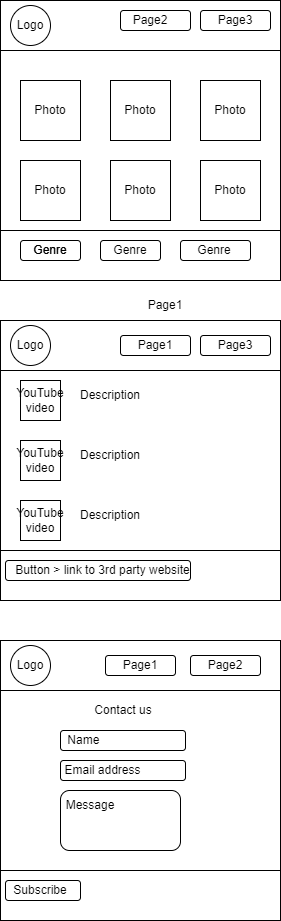
The draw.io diagram 201-Project-Prototype.drawio.png in Blendshe/201-Project-Photography-website, before a commit. Source tidied: cells renumbered, new cells last; positions are measured from the earlier drawing's top-left corner, leaving out a move shared by most shapes.
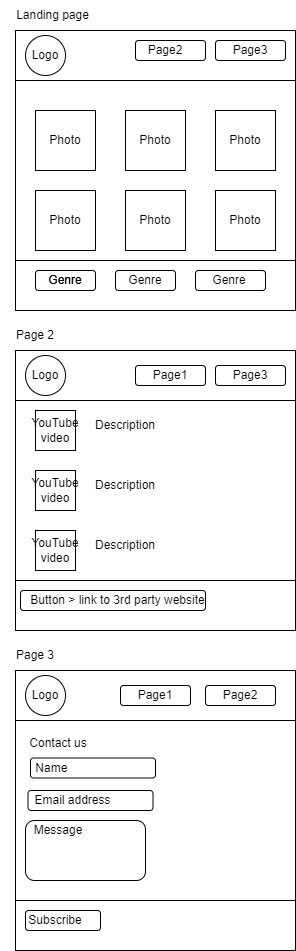
The same file after the commit.

The edit, as a diff of the source:
```diff
@@ -110,9 +110,6 @@
     <mxCell id="37" style="rounded=1;whiteSpace=wrap;html=1;" parent="1" vertex="1">
       <mxGeometry x="120" y="335" width="70" height="20" as="geometry" />
     </mxCell>
-    <mxCell id="38" value="Page1" style="text;html=1;strokeColor=none;fillColor=none;align=center;verticalAlign=middle;whiteSpace=wrap;rounded=0;" parent="1" vertex="1">
-      <mxGeometry x="135" y="290" width="60" height="30" as="geometry" />
-    </mxCell>
     <mxCell id="39" value="Page3" style="text;html=1;strokeColor=none;fillColor=none;align=center;verticalAlign=middle;whiteSpace=wrap;rounded=0;" parent="1" vertex="1">
       <mxGeometry x="205" y="330" width="60" height="30" as="geometry" />
     </mxCell>
@@ -180,31 +177,40 @@
       <mxGeometry x="195" y="650" width="60" height="30" as="geometry" />
     </mxCell>
     <mxCell id="61" style="rounded=1;whiteSpace=wrap;html=1;" parent="1" vertex="1">
-      <mxGeometry x="5" y="880" width="75" height="20" as="geometry" />
+      <mxGeometry x="10" y="880" width="75" height="20" as="geometry" />
     </mxCell>
     <mxCell id="62" value="Subscribe" style="text;html=1;strokeColor=none;fillColor=none;align=center;verticalAlign=middle;whiteSpace=wrap;rounded=0;" parent="1" vertex="1">
       <mxGeometry x="10" y="875" width="60" height="30" as="geometry" />
     </mxCell>
     <mxCell id="63" value="Contact us" style="text;html=1;strokeColor=none;fillColor=none;align=center;verticalAlign=middle;whiteSpace=wrap;rounded=0;" parent="1" vertex="1">
-      <mxGeometry x="92.5" y="700" width="60" height="20" as="geometry" />
+      <mxGeometry x="12.5" y="702.5" width="60" height="20" as="geometry" />
     </mxCell>
     <mxCell id="64" style="rounded=1;whiteSpace=wrap;html=1;" parent="1" vertex="1">
-      <mxGeometry x="60" y="730" width="125" height="20" as="geometry" />
+      <mxGeometry x="15" y="727.5" width="125" height="20" as="geometry" />
     </mxCell>
     <mxCell id="65" style="rounded=1;whiteSpace=wrap;html=1;" parent="1" vertex="1">
-      <mxGeometry x="60" y="760" width="125" height="20" as="geometry" />
+      <mxGeometry x="12.5" y="760" width="125" height="20" as="geometry" />
     </mxCell>
     <mxCell id="66" value="Name&amp;nbsp;" style="text;html=1;strokeColor=none;fillColor=none;align=center;verticalAlign=middle;whiteSpace=wrap;rounded=0;" parent="1" vertex="1">
-      <mxGeometry x="50" y="722.5" width="70" height="35" as="geometry" />
+      <mxGeometry x="2.5" y="720" width="70" height="35" as="geometry" />
     </mxCell>
     <mxCell id="67" value="Email address" style="text;html=1;strokeColor=none;fillColor=none;align=center;verticalAlign=middle;whiteSpace=wrap;rounded=0;" parent="1" vertex="1">
-      <mxGeometry x="45" y="755" width="115" height="30" as="geometry" />
+      <mxGeometry y="755" width="115" height="30" as="geometry" />
     </mxCell>
     <mxCell id="68" style="rounded=1;whiteSpace=wrap;html=1;" parent="1" vertex="1">
-      <mxGeometry x="60" y="790" width="120" height="60" as="geometry" />
+      <mxGeometry x="10" y="790" width="120" height="60" as="geometry" />
     </mxCell>
     <mxCell id="69" value="Message" style="text;html=1;strokeColor=none;fillColor=none;align=center;verticalAlign=middle;whiteSpace=wrap;rounded=0;" parent="1" vertex="1">
-      <mxGeometry x="60" y="790" width="60" height="30" as="geometry" />
+      <mxGeometry x="12.5" y="785" width="60" height="30" as="geometry" />
     </mxCell>
+    <mxCell id="70" value="Page 3" style="text;html=1;strokeColor=none;fillColor=none;align=center;verticalAlign=middle;whiteSpace=wrap;rounded=0;" parent="1" vertex="1">
+      <mxGeometry x="-10" y="610" width="60" height="30" as="geometry" />
+    </mxCell>
+    <mxCell id="71" value="Landing page" style="text;html=1;strokeColor=none;fillColor=none;align=center;verticalAlign=middle;whiteSpace=wrap;rounded=0;" parent="1" vertex="1">
+      <mxGeometry x="-15" y="-30" width="105" height="30" as="geometry" />
+    </mxCell>
+    <mxCell id="72" value="Page 2" style="text;html=1;strokeColor=none;fillColor=none;align=center;verticalAlign=middle;whiteSpace=wrap;rounded=0;" parent="1" vertex="1">
+      <mxGeometry x="-10" y="290" width="60" height="30" as="geometry" />
+    </mxCell>
   </root>
 </mxGraphModel>
```
